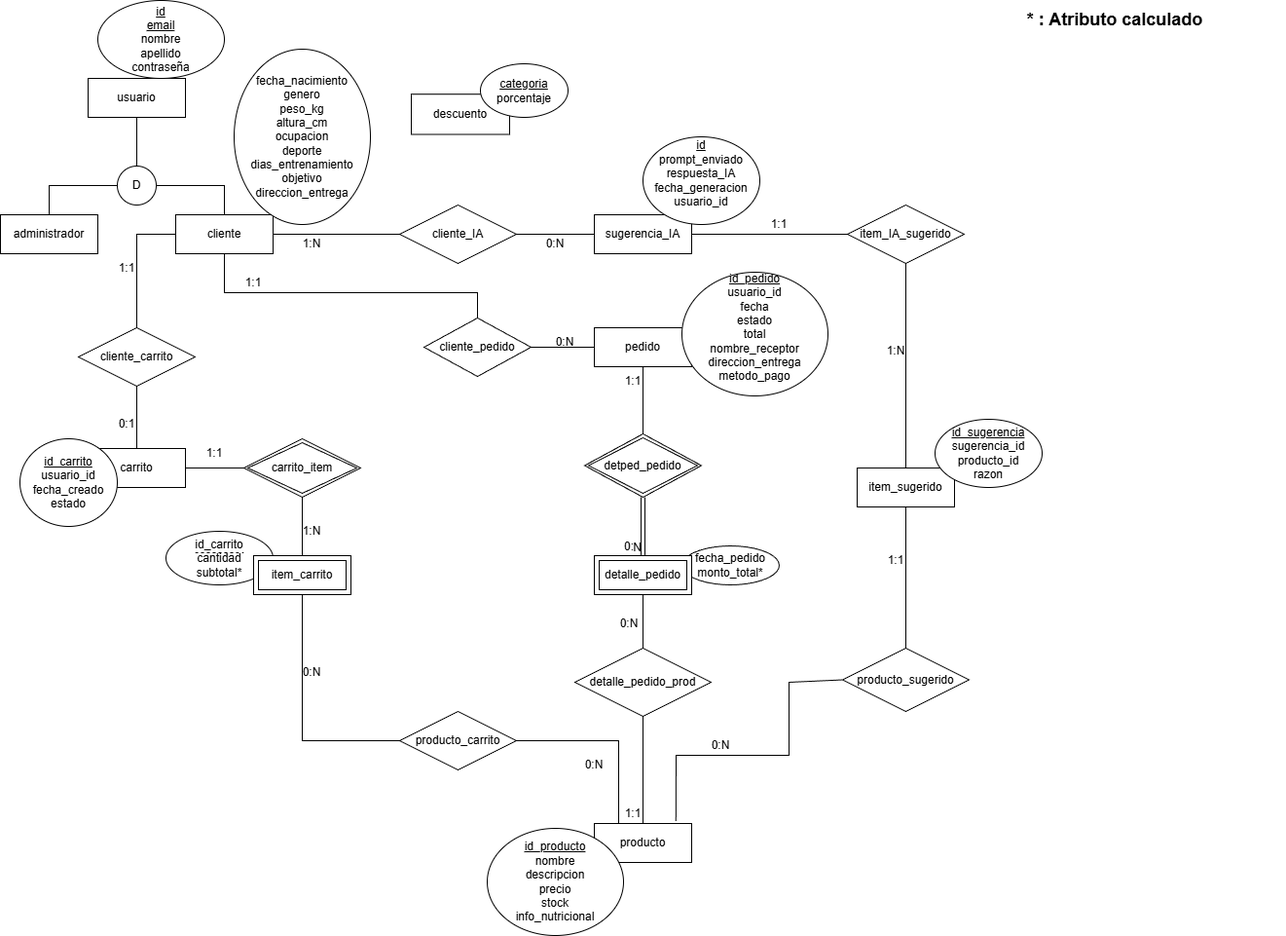
This is docs/img/der.png from Juansuli/TP-JavaScript-SuplementosGym, a draw.io export, as it was before one commit. Source tidied: cells renumbered, new cells last; positions are measured from the earlier drawing's top-left corner, leaving out a move shared by most shapes.
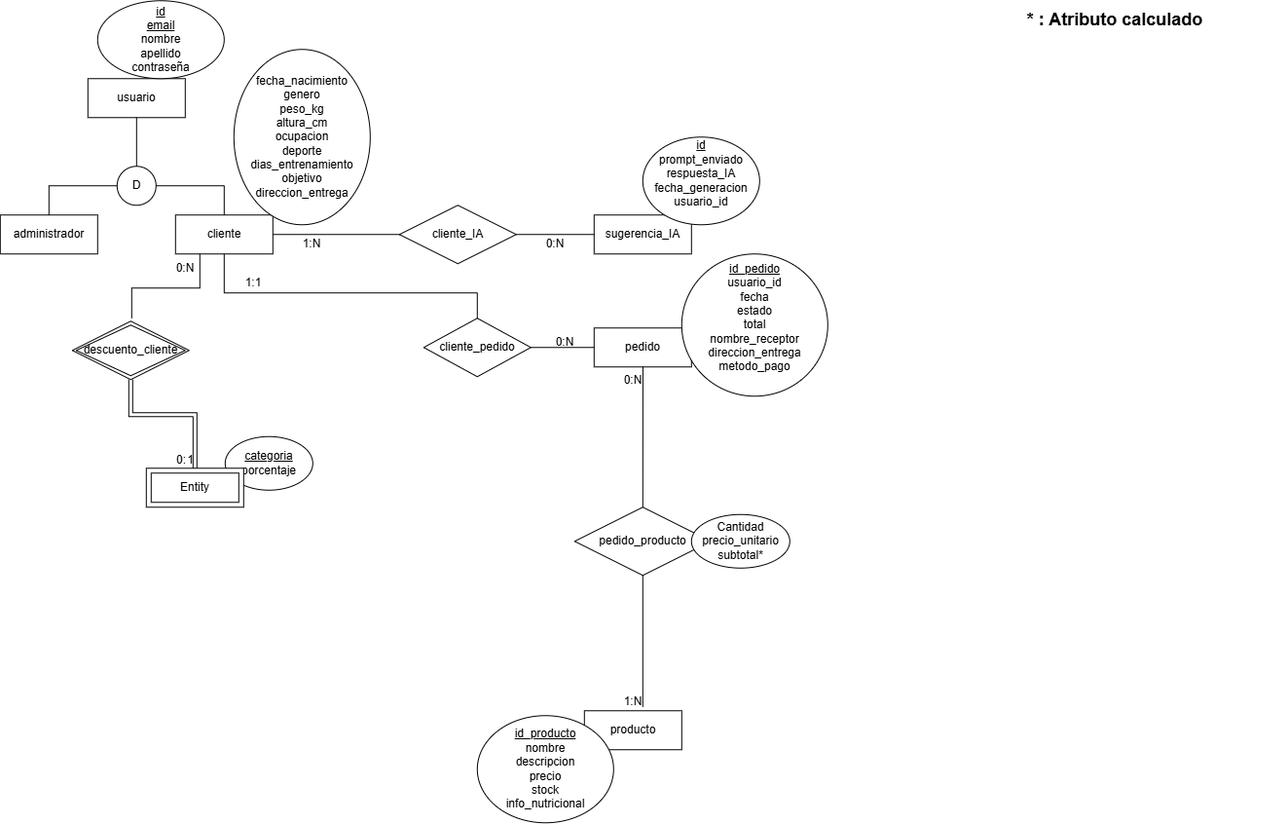
After the change.

The edit, as a diff of the source:
```diff
@@ -43,30 +43,18 @@
     <mxCell id="12" value="sugerencia_IA" style="whiteSpace=wrap;html=1;align=center;" parent="1" vertex="1">
       <mxGeometry x="610" y="220" width="100" height="40" as="geometry" />
     </mxCell>
-    <mxCell id="13" value="&lt;u&gt;id_pedido&lt;/u&gt;&lt;div&gt;usuario_id&lt;/div&gt;&lt;div&gt;fecha&lt;/div&gt;&lt;div&gt;estado&lt;/div&gt;&lt;div&gt;total&lt;/div&gt;&lt;div&gt;nombre_receptor&lt;/div&gt;&lt;div&gt;direccion_entrega&lt;/div&gt;&lt;div&gt;metodo_pago&lt;/div&gt;&lt;div&gt;&lt;br&gt;&lt;/div&gt;" style="ellipse;whiteSpace=wrap;html=1;align=center;" parent="1" vertex="1">
-      <mxGeometry x="700" y="279" width="150" height="127" as="geometry" />
+    <mxCell id="13" value="&lt;u&gt;id_pedido&lt;/u&gt;&lt;div&gt;usuario_id&lt;/div&gt;&lt;div&gt;fecha&lt;/div&gt;&lt;div&gt;estado&lt;/div&gt;&lt;div&gt;total&lt;/div&gt;&lt;div&gt;nombre_receptor&lt;/div&gt;&lt;div&gt;direccion_entrega&lt;/div&gt;&lt;div&gt;&lt;span style=&quot;background-color: transparent; color: light-dark(rgb(0, 0, 0), rgb(255, 255, 255));&quot;&gt;metodo_pago&lt;/span&gt;&lt;/div&gt;&lt;div&gt;&lt;br&gt;&lt;/div&gt;" style="ellipse;whiteSpace=wrap;html=1;align=center;" parent="1" vertex="1">
+      <mxGeometry x="700" y="260" width="150" height="146" as="geometry" />
     </mxCell>
-    <mxCell id="14" value="item_sugerido" style="whiteSpace=wrap;html=1;align=center;" parent="1" vertex="1">
-      <mxGeometry x="880" y="480" width="100" height="40" as="geometry" />
-    </mxCell>
     <mxCell id="15" value="producto" style="whiteSpace=wrap;html=1;align=center;" parent="1" vertex="1">
-      <mxGeometry x="610" y="845" width="100" height="40" as="geometry" />
+      <mxGeometry x="600" y="729" width="100" height="40" as="geometry" />
     </mxCell>
     <mxCell id="16" value="&lt;div&gt;&lt;u&gt;id&lt;/u&gt;&lt;/div&gt;prompt_enviado&lt;div&gt;respuesta_IA&lt;/div&gt;&lt;div&gt;fecha_generacion&lt;/div&gt;&lt;div&gt;usuario_id&lt;/div&gt;&lt;div&gt;&lt;br&gt;&lt;/div&gt;" style="ellipse;whiteSpace=wrap;html=1;align=center;" parent="1" vertex="1">
       <mxGeometry x="660" y="140" width="120" height="90" as="geometry" />
     </mxCell>
-    <mxCell id="17" value="&lt;div&gt;id_carrito&lt;/div&gt;&lt;div&gt;cantidad&lt;/div&gt;&lt;div&gt;subtotal*&lt;/div&gt;" style="ellipse;whiteSpace=wrap;html=1;align=center;" parent="1" vertex="1">
-      <mxGeometry x="170" y="545" width="110" height="55" as="geometry" />
-    </mxCell>
     <mxCell id="18" value="&lt;u&gt;id_producto&lt;/u&gt;&lt;div&gt;nombre&lt;/div&gt;&lt;div&gt;descripcion&lt;/div&gt;&lt;div&gt;precio&lt;/div&gt;&lt;div&gt;stock&lt;/div&gt;&lt;div&gt;info_nutricional&lt;/div&gt;" style="ellipse;whiteSpace=wrap;html=1;align=center;" parent="1" vertex="1">
-      <mxGeometry x="500" y="850" width="140" height="110" as="geometry" />
+      <mxGeometry x="490" y="734" width="140" height="110" as="geometry" />
     </mxCell>
-    <mxCell id="19" value="fecha_pedido&lt;div&gt;monto_total*&lt;/div&gt;" style="ellipse;whiteSpace=wrap;html=1;align=center;" parent="1" vertex="1">
-      <mxGeometry x="700" y="560" width="100" height="40" as="geometry" />
-    </mxCell>
-    <mxCell id="20" value="&lt;div&gt;&lt;u&gt;id_sugerencia&lt;/u&gt;&lt;/div&gt;sugerencia_id&lt;div&gt;producto_id&lt;/div&gt;&lt;div&gt;razon&lt;/div&gt;" style="ellipse;whiteSpace=wrap;html=1;align=center;" parent="1" vertex="1">
-      <mxGeometry x="960" y="430" width="110" height="70" as="geometry" />
-    </mxCell>
     <mxCell id="21" value="cliente_IA" style="shape=rhombus;perimeter=rhombusPerimeter;whiteSpace=wrap;html=1;align=center;" parent="1" vertex="1">
       <mxGeometry x="410" y="210" width="120" height="60" as="geometry" />
     </mxCell>
@@ -90,69 +78,10 @@
     <mxCell id="26" style="endArrow=none;html=1;rounded=0;exitX=1;exitY=0.5;exitDx=0;exitDy=0;entryX=0;entryY=0.5;entryDx=0;entryDy=0;" parent="1" edge="1" source="24" target="11">
       <mxGeometry relative="1" as="geometry" />
     </mxCell>
-    <mxCell id="27" value="carrito" style="whiteSpace=wrap;html=1;align=center;" parent="1" vertex="1">
-      <mxGeometry x="90" y="460" width="100" height="40" as="geometry" />
-    </mxCell>
-    <mxCell id="28" value="&lt;u&gt;id_carrito&lt;/u&gt;&lt;div&gt;usuario_id&lt;/div&gt;&lt;div&gt;fecha_creado&lt;/div&gt;&lt;div&gt;estado&lt;/div&gt;" style="ellipse;whiteSpace=wrap;html=1;align=center;" parent="1" vertex="1">
-      <mxGeometry x="20" y="450" width="100" height="90" as="geometry" />
-    </mxCell>
-    <mxCell id="29" value="cliente_carrito" style="shape=rhombus;perimeter=rhombusPerimeter;whiteSpace=wrap;html=1;align=center;" parent="1" vertex="1">
-      <mxGeometry x="80" y="336" width="120" height="60" as="geometry" />
-    </mxCell>
-    <mxCell id="30" style="endArrow=none;html=1;rounded=0;exitX=0.5;exitY=0;exitDx=0;exitDy=0;entryX=0;entryY=0.5;entryDx=0;entryDy=0;" parent="1" edge="1" source="29" target="4">
-      <mxGeometry relative="1" as="geometry">
-        <Array as="points">
-          <mxPoint x="140" y="310" />
-          <mxPoint x="140" y="240" />
-        </Array>
-      </mxGeometry>
-    </mxCell>
-    <mxCell id="31" style="endArrow=none;html=1;rounded=0;exitX=0.5;exitY=1;exitDx=0;exitDy=0;entryX=0.5;entryY=0;entryDx=0;entryDy=0;" parent="1" edge="1" source="29" target="27">
-      <mxGeometry relative="1" as="geometry" />
-    </mxCell>
-    <mxCell id="32" style="endArrow=none;html=1;rounded=0;exitX=0.5;exitY=1;exitDx=0;exitDy=0;entryX=0.5;entryY=0;entryDx=0;entryDy=0;" parent="1" edge="1" source="11" target="45">
-      <mxGeometry relative="1" as="geometry" />
-    </mxCell>
-    <mxCell id="33" style="endArrow=none;html=1;rounded=0;exitX=1;exitY=0.5;exitDx=0;exitDy=0;entryX=0.029;entryY=0.514;entryDx=0;entryDy=0;entryPerimeter=0;" parent="1" edge="1" source="27" target="71">
-      <mxGeometry relative="1" as="geometry">
-        <Array as="points">
-          <mxPoint x="250" y="480" />
-        </Array>
-      </mxGeometry>
-    </mxCell>
-    <mxCell id="34" style="endArrow=none;html=1;rounded=0;exitX=0.5;exitY=1;exitDx=0;exitDy=0;entryX=0.5;entryY=0;entryDx=0;entryDy=0;" parent="1" edge="1" source="71">
-      <mxGeometry relative="1" as="geometry">
-        <mxPoint x="310" y="570" as="targetPoint" />
-      </mxGeometry>
-    </mxCell>
-    <mxCell id="35" value="item_IA_sugerido" style="shape=rhombus;perimeter=rhombusPerimeter;whiteSpace=wrap;html=1;align=center;" parent="1" vertex="1">
-      <mxGeometry x="870" y="210" width="120" height="60" as="geometry" />
-    </mxCell>
-    <mxCell id="36" style="endArrow=none;html=1;rounded=0;exitX=1;exitY=0.5;exitDx=0;exitDy=0;entryX=0;entryY=0.5;entryDx=0;entryDy=0;" parent="1" edge="1" source="12" target="35">
-      <mxGeometry relative="1" as="geometry" />
-    </mxCell>
-    <mxCell id="37" style="endArrow=none;html=1;rounded=0;exitX=0.5;exitY=1;exitDx=0;exitDy=0;entryX=0.5;entryY=0;entryDx=0;entryDy=0;" parent="1" edge="1" source="35" target="14">
-      <mxGeometry relative="1" as="geometry" />
-    </mxCell>
-    <mxCell id="38" value="detalle_pedido_prod" style="shape=rhombus;perimeter=rhombusPerimeter;whiteSpace=wrap;html=1;align=center;" parent="1" vertex="1">
-      <mxGeometry x="590" y="665" width="140" height="70" as="geometry" />
+    <mxCell id="38" value="pedido_producto" style="shape=rhombus;perimeter=rhombusPerimeter;whiteSpace=wrap;html=1;align=center;" parent="1" vertex="1">
+      <mxGeometry x="590" y="520" width="140" height="70" as="geometry" />
     </mxCell>
-    <mxCell id="39" style="endArrow=none;html=1;rounded=0;entryX=0.5;entryY=1;entryDx=0;entryDy=0;exitX=0.5;exitY=0;exitDx=0;exitDy=0;" parent="1" edge="1" source="15" target="38">
-      <mxGeometry relative="1" as="geometry">
-        <Array as="points">
-          <mxPoint x="660" y="820" />
-        </Array>
-      </mxGeometry>
-    </mxCell>
-    <mxCell id="40" style="endArrow=none;html=1;rounded=0;" parent="1" edge="1" target="51">
-      <mxGeometry relative="1" as="geometry">
-        <mxPoint x="310" y="610" as="sourcePoint" />
-        <Array as="points">
-          <mxPoint x="310" y="760" />
-        </Array>
-      </mxGeometry>
-    </mxCell>
-    <mxCell id="41" style="endArrow=none;html=1;rounded=0;exitX=0.5;exitY=1;exitDx=0;exitDy=0;entryX=0.5;entryY=0;entryDx=0;entryDy=0;" parent="1" edge="1" source="44" target="38">
+    <mxCell id="41" style="endArrow=none;html=1;rounded=0;exitX=0.669;exitY=0.017;exitDx=0;exitDy=0;entryX=0.5;entryY=0;entryDx=0;entryDy=0;exitPerimeter=0;" parent="1" edge="1" source="65" target="38">
       <mxGeometry relative="1" as="geometry" />
     </mxCell>
     <mxCell id="42" style="edgeStyle=orthogonalEdgeStyle;rounded=0;orthogonalLoop=1;jettySize=auto;html=1;exitX=0.5;exitY=1;exitDx=0;exitDy=0;" parent="1" edge="1" source="15" target="15">
@@ -161,67 +90,6 @@
     <mxCell id="43" value="&lt;font style=&quot;font-size: 18px;&quot;&gt;&lt;b&gt;* : Atributo calculado&lt;/b&gt;&lt;/font&gt;" style="text;html=1;whiteSpace=wrap;strokeColor=none;fillColor=none;align=center;verticalAlign=middle;rounded=0;" parent="1" vertex="1">
       <mxGeometry x="970" y="15" width="350" height="10" as="geometry" />
     </mxCell>
-    <mxCell id="44" value="detalle_pedido" style="shape=ext;margin=3;double=1;whiteSpace=wrap;html=1;align=center;" parent="1" vertex="1">
-      <mxGeometry x="610" y="570" width="100" height="40" as="geometry" />
-    </mxCell>
-    <mxCell id="45" value="detped_pedido" style="shape=rhombus;double=1;perimeter=rhombusPerimeter;whiteSpace=wrap;html=1;align=center;" parent="1" vertex="1">
-      <mxGeometry x="600" y="445" width="120" height="65" as="geometry" />
-    </mxCell>
-    <mxCell id="46" style="shape=link;html=1;rounded=0;exitX=0.5;exitY=1;exitDx=0;exitDy=0;entryX=0.5;entryY=0;entryDx=0;entryDy=0;" parent="1" edge="1" source="45" target="44">
-      <mxGeometry relative="1" as="geometry" />
-    </mxCell>
-    <mxCell id="47" value="N" style="html=1;whiteSpace=wrap;align=right;verticalAlign=bottom;" parent="46" vertex="1">
-      <mxGeometry x="1" relative="1" as="geometry" />
-    </mxCell>
-    <mxCell id="48" value="producto_sugerido" style="shape=rhombus;perimeter=rhombusPerimeter;whiteSpace=wrap;html=1;align=center;" parent="1" vertex="1">
-      <mxGeometry x="865" y="665" width="130" height="65" as="geometry" />
-    </mxCell>
-    <mxCell id="49" style="endArrow=none;html=1;rounded=0;exitX=0.5;exitY=0;exitDx=0;exitDy=0;entryX=0.5;entryY=1;entryDx=0;entryDy=0;" parent="1" edge="1" source="48" target="14">
-      <mxGeometry relative="1" as="geometry" />
-    </mxCell>
-    <mxCell id="50" style="endArrow=none;html=1;rounded=0;exitX=0.838;exitY=-0.063;exitDx=0;exitDy=0;exitPerimeter=0;entryX=0;entryY=0.5;entryDx=0;entryDy=0;" parent="1" edge="1" source="15" target="48">
-      <mxGeometry relative="1" as="geometry">
-        <Array as="points">
-          <mxPoint x="694" y="775" />
-          <mxPoint x="810" y="775" />
-          <mxPoint x="810" y="700" />
-        </Array>
-      </mxGeometry>
-    </mxCell>
-    <mxCell id="51" value="producto_carrito" style="shape=rhombus;perimeter=rhombusPerimeter;whiteSpace=wrap;html=1;align=center;" parent="1" vertex="1">
-      <mxGeometry x="410" y="730" width="120" height="60" as="geometry" />
-    </mxCell>
-    <mxCell id="52" style="endArrow=none;html=1;rounded=0;exitX=1;exitY=0.5;exitDx=0;exitDy=0;entryX=0.25;entryY=0;entryDx=0;entryDy=0;" parent="1" edge="1" source="51" target="15">
-      <mxGeometry relative="1" as="geometry">
-        <Array as="points">
-          <mxPoint x="635" y="760" />
-        </Array>
-      </mxGeometry>
-    </mxCell>
-    <mxCell id="53" value="1:1" style="text;html=1;whiteSpace=wrap;strokeColor=none;fillColor=none;align=center;verticalAlign=middle;rounded=0;" parent="1" vertex="1">
-      <mxGeometry x="100" y="260" width="60" height="30" as="geometry" />
-    </mxCell>
-    <mxCell id="54" value="0:1" style="text;html=1;whiteSpace=wrap;strokeColor=none;fillColor=none;align=center;verticalAlign=middle;rounded=0;" parent="1" vertex="1">
-      <mxGeometry x="100" y="420" width="60" height="30" as="geometry" />
-    </mxCell>
-    <mxCell id="55" value="1:1" style="text;html=1;whiteSpace=wrap;strokeColor=none;fillColor=none;align=center;verticalAlign=middle;rounded=0;" parent="1" vertex="1">
-      <mxGeometry x="190" y="450" width="60" height="30" as="geometry" />
-    </mxCell>
-    <mxCell id="56" value="1:N" style="text;html=1;whiteSpace=wrap;strokeColor=none;fillColor=none;align=center;verticalAlign=middle;rounded=0;" parent="1" vertex="1">
-      <mxGeometry x="290" y="530" width="60" height="30" as="geometry" />
-    </mxCell>
-    <mxCell id="57" value="0:N" style="text;html=1;whiteSpace=wrap;strokeColor=none;fillColor=none;align=center;verticalAlign=middle;rounded=0;" parent="1" vertex="1">
-      <mxGeometry x="580" y="770" width="60" height="30" as="geometry" />
-    </mxCell>
-    <mxCell id="58" value="0:N" style="text;html=1;whiteSpace=wrap;strokeColor=none;fillColor=none;align=center;verticalAlign=middle;rounded=0;" parent="1" vertex="1">
-      <mxGeometry x="290" y="675" width="60" height="30" as="geometry" />
-    </mxCell>
-    <mxCell id="59" value="1:1" style="text;html=1;whiteSpace=wrap;strokeColor=none;fillColor=none;align=center;verticalAlign=middle;rounded=0;" parent="1" vertex="1">
-      <mxGeometry x="890" y="560" width="60" height="30" as="geometry" />
-    </mxCell>
-    <mxCell id="60" value="0:N" style="text;html=1;whiteSpace=wrap;strokeColor=none;fillColor=none;align=center;verticalAlign=middle;rounded=0;" parent="1" vertex="1">
-      <mxGeometry x="710" y="750" width="60" height="30" as="geometry" />
-    </mxCell>
     <mxCell id="61" value="1:N" style="text;html=1;whiteSpace=wrap;strokeColor=none;fillColor=none;align=center;verticalAlign=middle;rounded=0;" parent="1" vertex="1">
       <mxGeometry x="290" y="235" width="60" height="30" as="geometry" />
     </mxCell>
@@ -234,41 +102,54 @@
     <mxCell id="64" value="0:N" style="text;html=1;whiteSpace=wrap;strokeColor=none;fillColor=none;align=center;verticalAlign=middle;rounded=0;" parent="1" vertex="1">
       <mxGeometry x="550" y="336" width="60" height="30" as="geometry" />
     </mxCell>
-    <mxCell id="65" value="1:1" style="text;html=1;whiteSpace=wrap;strokeColor=none;fillColor=none;align=center;verticalAlign=middle;rounded=0;" parent="1" vertex="1">
-      <mxGeometry x="620" y="376" width="60" height="30" as="geometry" />
+    <mxCell id="65" value="0:N" style="text;html=1;whiteSpace=wrap;strokeColor=none;fillColor=none;align=center;verticalAlign=middle;rounded=0;" parent="1" vertex="1">
+      <mxGeometry x="620" y="375" width="60" height="30" as="geometry" />
     </mxCell>
+    <mxCell id="68" value="1:N" style="text;html=1;whiteSpace=wrap;strokeColor=none;fillColor=none;align=center;verticalAlign=middle;rounded=0;" parent="1" vertex="1">
+      <mxGeometry x="620" y="705" width="60" height="30" as="geometry" />
+    </mxCell>
+    <mxCell id="75" value="&lt;div&gt;&lt;u&gt;categoria&lt;/u&gt;&lt;/div&gt;&lt;div&gt;porcentaje&lt;/div&gt;" style="ellipse;whiteSpace=wrap;html=1;align=center;" parent="1" vertex="1">
+      <mxGeometry x="231" y="447.5" width="90" height="55" as="geometry" />
+    </mxCell>
+    <mxCell id="76" style="endArrow=none;html=1;rounded=0;entryX=0.5;entryY=1;entryDx=0;entryDy=0;" parent="1" edge="1" target="38">
+      <mxGeometry relative="1" as="geometry">
+        <mxPoint x="660" y="725" as="sourcePoint" />
+      </mxGeometry>
+    </mxCell>
+    <mxCell id="77" value="&lt;div&gt;Cantidad&lt;/div&gt;&lt;div&gt;precio_unitario&lt;/div&gt;&lt;div&gt;subtotal*&lt;/div&gt;" style="ellipse;whiteSpace=wrap;html=1;align=center;" parent="1" vertex="1">
+      <mxGeometry x="710" y="527.5" width="101" height="55" as="geometry" />
+    </mxCell>
+    <mxCell id="78" style="endArrow=none;html=1;rounded=0;exitX=0.5;exitY=0;exitDx=0;exitDy=0;entryX=0.25;entryY=1;entryDx=0;entryDy=0;" parent="1" edge="1" target="4">
+      <mxGeometry relative="1" as="geometry">
+        <mxPoint x="135" y="326" as="sourcePoint" />
+        <Array as="points">
+          <mxPoint x="135" y="295" />
+          <mxPoint x="205" y="295" />
+        </Array>
+      </mxGeometry>
+    </mxCell>
     <mxCell id="66" value="0:" style="text;html=1;whiteSpace=wrap;strokeColor=none;fillColor=none;align=center;verticalAlign=middle;rounded=0;" parent="1" vertex="1">
-      <mxGeometry x="616" y="546" width="60" height="30" as="geometry" />
+      <mxGeometry x="156" y="457" width="60" height="30" as="geometry" />
     </mxCell>
-    <mxCell id="67" value="0:N" style="text;html=1;whiteSpace=wrap;strokeColor=none;fillColor=none;align=center;verticalAlign=middle;rounded=0;" parent="1" vertex="1">
-      <mxGeometry x="616" y="625" width="60" height="30" as="geometry" />
-    </mxCell>
-    <mxCell id="68" value="1:1" style="text;html=1;whiteSpace=wrap;strokeColor=none;fillColor=none;align=center;verticalAlign=middle;rounded=0;" parent="1" vertex="1">
-      <mxGeometry x="620" y="820" width="60" height="30" as="geometry" />
-    </mxCell>
-    <mxCell id="69" value="1:1" style="text;html=1;whiteSpace=wrap;strokeColor=none;fillColor=none;align=center;verticalAlign=middle;rounded=0;" parent="1" vertex="1">
-      <mxGeometry x="770" y="215" width="60" height="30" as="geometry" />
-    </mxCell>
-    <mxCell id="70" value="1:N" style="text;html=1;whiteSpace=wrap;strokeColor=none;fillColor=none;align=center;verticalAlign=middle;rounded=0;" parent="1" vertex="1">
-      <mxGeometry x="890" y="345" width="60" height="30" as="geometry" />
-    </mxCell>
-    <mxCell id="71" value="carrito_item" style="shape=rhombus;double=1;perimeter=rhombusPerimeter;whiteSpace=wrap;html=1;align=center;" parent="1" vertex="1">
-      <mxGeometry x="250" y="450" width="120" height="60" as="geometry" />
-    </mxCell>
-    <mxCell id="72" value="item_carrito" style="shape=ext;margin=3;double=1;whiteSpace=wrap;html=1;align=center;" parent="1" vertex="1">
-      <mxGeometry x="260" y="570" width="100" height="40" as="geometry" />
-    </mxCell>
-    <mxCell id="73" style="endArrow=none;dashed=1;html=1;rounded=0;curved=0;" parent="1" edge="1">
-      <mxGeometry relative="1" as="geometry">
-        <mxPoint x="200" y="567" as="sourcePoint" />
-        <mxPoint x="250" y="567" as="targetPoint" />
-      </mxGeometry>
-    </mxCell>
-    <mxCell id="74" value="descuento" style="whiteSpace=wrap;html=1;align=center;" parent="1" vertex="1">
-      <mxGeometry x="422" y="96.2" width="101" height="41.2" as="geometry" />
-    </mxCell>
-    <mxCell id="75" value="&lt;div&gt;&lt;u&gt;categoria&lt;/u&gt;&lt;/div&gt;&lt;div&gt;porcentaje&lt;/div&gt;" style="ellipse;whiteSpace=wrap;html=1;align=center;" parent="1" vertex="1">
-      <mxGeometry x="493" y="65" width="90" height="55" as="geometry" />
-    </mxCell>
+    <mxCell id="79" value="0:N" style="text;html=1;whiteSpace=wrap;strokeColor=none;fillColor=none;align=center;verticalAlign=middle;rounded=0;" parent="1" vertex="1">
+      <mxGeometry x="160" y="260" width="60" height="30" as="geometry" />
+    </mxCell>
+    <mxCell id="80" value="Entity" style="shape=ext;margin=3;double=1;whiteSpace=wrap;html=1;align=center;" parent="1" vertex="1">
+      <mxGeometry x="150" y="480" width="100" height="40" as="geometry" />
+    </mxCell>
+    <mxCell id="81" value="descuento_cliente" style="shape=rhombus;double=1;perimeter=rhombusPerimeter;whiteSpace=wrap;html=1;align=center;" parent="1" vertex="1">
+      <mxGeometry x="74" y="329" width="120" height="60" as="geometry" />
+    </mxCell>
+    <mxCell id="82" style="shape=link;html=1;rounded=0;exitX=0.5;exitY=1;exitDx=0;exitDy=0;entryX=0.5;entryY=0;entryDx=0;entryDy=0;" parent="1" edge="1" source="81" target="80">
+      <mxGeometry relative="1" as="geometry">
+        <Array as="points">
+          <mxPoint x="134" y="425" />
+          <mxPoint x="200" y="425" />
+        </Array>
+      </mxGeometry>
+    </mxCell>
+    <mxCell id="83" value="1" style="html=1;whiteSpace=wrap;align=right;verticalAlign=bottom;" parent="82" vertex="1">
+      <mxGeometry x="1" relative="1" as="geometry" />
+    </mxCell>
   </root>
 </mxGraphModel>
```
